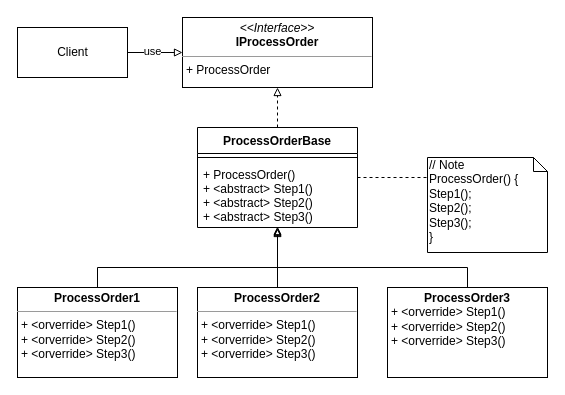
The draw.io diagram page "TemplateMethod" (1 of 2) of Behavioral.drawio in khangnguyenlong/design-pattern, before the edit. Source tidied: cells renumbered, new cells numbered last; positions are measured from the earlier drawing's top-left corner, leaving out a move shared by most shapes. Both pictures are drawn from the tidied source at 100%, with x=0, y=0 at pixel (17, 17).
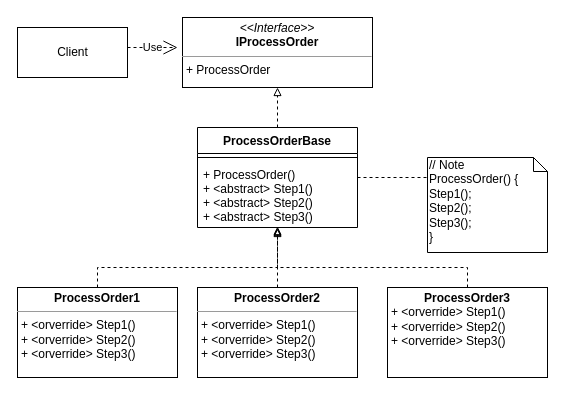
The same diagram, later.

Unchanged cells that the change refers to:
```xml
<mxCell id="2" value="&lt;p style=&quot;margin: 0px ; margin-top: 4px ; text-align: center&quot;&gt;&lt;i&gt;&amp;lt;&amp;lt;Interface&amp;gt;&amp;gt;&lt;/i&gt;&lt;br&gt;&lt;b&gt;IProcessOrder&lt;/b&gt;&lt;/p&gt;&lt;hr size=&quot;1&quot;&gt;&lt;p style=&quot;margin: 0px ; margin-left: 4px&quot;&gt;&lt;/p&gt;&lt;p style=&quot;margin: 0px ; margin-left: 4px&quot;&gt;+ ProcessOrder&lt;/p&gt;" style="verticalAlign=top;align=left;overflow=fill;fontSize=12;fontFamily=Helvetica;html=1;" parent="1" vertex="1">
  <mxGeometry x="165" width="190" height="70" as="geometry" />
</mxCell>
<mxCell id="7" value="&lt;p style=&quot;margin: 0px ; margin-top: 4px ; text-align: center&quot;&gt;&lt;b&gt;ProcessOrder1&lt;/b&gt;&lt;/p&gt;&lt;hr size=&quot;1&quot;&gt;&lt;p style=&quot;margin: 0px ; margin-left: 4px&quot;&gt;&lt;/p&gt;&lt;p style=&quot;margin: 0px ; margin-left: 4px&quot;&gt;+ &amp;lt;orverride&amp;gt; Step1()&lt;br style=&quot;padding: 0px ; margin: 0px&quot;&gt;&lt;/p&gt;&lt;p style=&quot;margin: 0px ; margin-left: 4px&quot;&gt;+ &amp;lt;orverride&amp;gt; Step2()&lt;br&gt;&lt;/p&gt;&lt;p style=&quot;margin: 0px ; margin-left: 4px&quot;&gt;+ &amp;lt;orverride&amp;gt; Step3()&lt;br&gt;&lt;/p&gt;" style="verticalAlign=top;align=left;overflow=fill;fontSize=12;fontFamily=Helvetica;html=1;" parent="1" vertex="1">
  <mxGeometry y="270" width="160" height="90" as="geometry" />
</mxCell>
<mxCell id="9" value="&lt;p style=&quot;margin: 0px ; margin-top: 4px ; text-align: center&quot;&gt;&lt;b&gt;ProcessOrder2&lt;/b&gt;&lt;/p&gt;&lt;hr size=&quot;1&quot;&gt;&lt;p style=&quot;margin: 0px ; margin-left: 4px&quot;&gt;&lt;/p&gt;&lt;p style=&quot;margin: 0px ; margin-left: 4px&quot;&gt;+ &amp;lt;orverride&amp;gt; Step1()&lt;br style=&quot;padding: 0px ; margin: 0px&quot;&gt;&lt;/p&gt;&lt;p style=&quot;margin: 0px ; margin-left: 4px&quot;&gt;+ &amp;lt;orverride&amp;gt; Step2()&lt;br&gt;&lt;/p&gt;&lt;p style=&quot;margin: 0px ; margin-left: 4px&quot;&gt;+ &amp;lt;orverride&amp;gt; Step3()&lt;br&gt;&lt;/p&gt;" style="verticalAlign=top;align=left;overflow=fill;fontSize=12;fontFamily=Helvetica;html=1;" parent="1" vertex="1">
  <mxGeometry x="180" y="270" width="160" height="90" as="geometry" />
</mxCell>
<mxCell id="11" value="&lt;p style=&quot;margin: 0px ; margin-top: 4px ; text-align: center&quot;&gt;&lt;b&gt;ProcessOrder3&lt;/b&gt;&lt;/p&gt;&lt;p style=&quot;margin: 0px ; margin-left: 4px&quot;&gt;&lt;/p&gt;&lt;p style=&quot;margin: 0px ; margin-left: 4px&quot;&gt;+ &amp;lt;orverride&amp;gt; Step1()&lt;br style=&quot;padding: 0px ; margin: 0px&quot;&gt;&lt;/p&gt;&lt;p style=&quot;margin: 0px ; margin-left: 4px&quot;&gt;+ &amp;lt;orverride&amp;gt; Step2()&lt;br&gt;&lt;/p&gt;&lt;p style=&quot;margin: 0px ; margin-left: 4px&quot;&gt;+ &amp;lt;orverride&amp;gt; Step3()&lt;br&gt;&lt;/p&gt;" style="verticalAlign=top;align=left;overflow=fill;fontSize=12;fontFamily=Helvetica;html=1;" parent="1" vertex="1">
  <mxGeometry x="370" y="270" width="160" height="90" as="geometry" />
</mxCell>
<mxCell id="14" value="Client" style="html=1;" parent="1" vertex="1">
  <mxGeometry y="10" width="110" height="50" as="geometry" />
</mxCell>
<mxCell id="17" value="+ ProcessOrder()&#10;+ &lt;abstract&gt; Step1()&#10;+ &lt;abstract&gt; Step2()&#10;+ &lt;abstract&gt; Step3()" style="text;strokeColor=none;fillColor=none;align=left;verticalAlign=top;spacingLeft=4;spacingRight=4;overflow=hidden;points=[[0,0.5],[1,0.5]];portConstraint=eastwest;" parent="15" vertex="1">
  <mxGeometry y="34" width="160" height="66" as="geometry" />
</mxCell>
```

The edit, as a diff of the source:
```diff
@@
-    <mxCell id="6" style="edgeStyle=orthogonalEdgeStyle;rounded=0;jettySize=auto;html=1;exitX=0.5;exitY=0;exitDx=0;exitDy=0;endArrow=block;endFill=0;" parent="1" edge="1" source="7" target="17">
+    <mxCell id="6" style="edgeStyle=orthogonalEdgeStyle;rounded=0;jettySize=auto;html=1;exitX=0.5;exitY=0;exitDx=0;exitDy=0;endArrow=block;endFill=0;dashed=1;" parent="1" edge="1" source="7" target="17">
       <mxGeometry relative="1" as="geometry">
         <Array as="points">
           <mxPoint x="80" y="250" />
           <mxPoint x="260" y="250" />
         </Array>
       </mxGeometry>
     </mxCell>
@@
-    <mxCell id="8" style="edgeStyle=orthogonalEdgeStyle;rounded=0;jettySize=auto;html=1;exitX=0.5;exitY=0;exitDx=0;exitDy=0;entryX=0.5;entryY=1.015;entryDx=0;entryDy=0;entryPerimeter=0;endArrow=block;endFill=0;" parent="1" edge="1" source="9" target="17">
+    <mxCell id="8" style="edgeStyle=orthogonalEdgeStyle;rounded=0;jettySize=auto;html=1;exitX=0.5;exitY=0;exitDx=0;exitDy=0;entryX=0.5;entryY=1.015;entryDx=0;entryDy=0;entryPerimeter=0;endArrow=block;endFill=0;dashed=1;" parent="1" edge="1" source="9" target="17">
       <mxGeometry relative="1" as="geometry" />
     </mxCell>
@@
-    <mxCell id="10" style="edgeStyle=orthogonalEdgeStyle;rounded=0;jettySize=auto;html=1;exitX=0.5;exitY=0;exitDx=0;exitDy=0;entryX=0.5;entryY=0.985;entryDx=0;entryDy=0;entryPerimeter=0;endArrow=block;endFill=0;" parent="1" edge="1" source="11" target="17">
+    <mxCell id="10" style="edgeStyle=orthogonalEdgeStyle;rounded=0;jettySize=auto;html=1;exitX=0.5;exitY=0;exitDx=0;exitDy=0;entryX=0.5;entryY=0.985;entryDx=0;entryDy=0;entryPerimeter=0;endArrow=block;endFill=0;dashed=1;" parent="1" edge="1" source="11" target="17">
       <mxGeometry relative="1" as="geometry">
         <Array as="points">
           <mxPoint x="450" y="250" />
           <mxPoint x="260" y="250" />
         </Array>
       </mxGeometry>
     </mxCell>
@@
-    <mxCell id="12" style="edgeStyle=orthogonalEdgeStyle;rounded=0;jettySize=auto;html=1;exitX=1;exitY=0.5;exitDx=0;exitDy=0;entryX=0;entryY=0.5;entryDx=0;entryDy=0;endArrow=block;endFill=0;" parent="1" edge="1" source="14" target="2">
-      <mxGeometry relative="1" as="geometry" />
-    </mxCell>
-    <mxCell id="13" value="use" style="edgeLabel;html=1;align=center;verticalAlign=middle;" parent="12" vertex="1">
-      <mxGeometry x="-0.13" y="2" relative="1" as="geometry" />
-    </mxCell>
@@
+    <mxCell id="18" value="Use" style="endArrow=open;endSize=12;dashed=1;html=1;" parent="1" edge="1">
+      <mxGeometry relative="1" as="geometry">
+        <mxPoint x="110" y="30" as="sourcePoint" />
+        <mxPoint x="160" y="30" as="targetPoint" />
+      </mxGeometry>
+    </mxCell>
```
